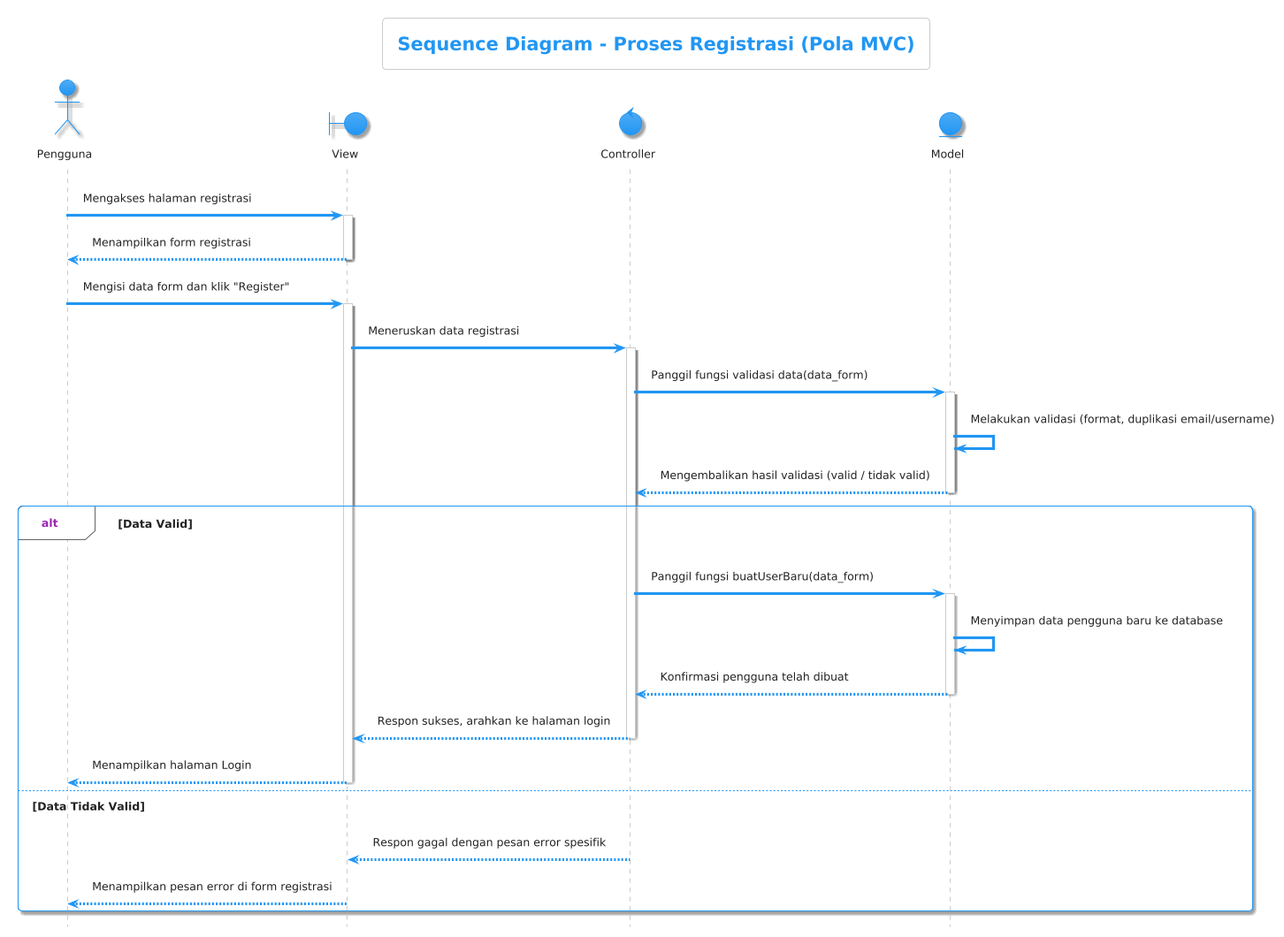
Above: sequence/LOGIN/Register/seq register.png in Mrmgnt/diagram-kp (PlantUML), before the change. Its diagram source:
```plantuml
@startuml
!theme materia

title Sequence Diagram - Proses Registrasi (Pola MVC)
hide footbox

actor Pengguna
boundary "View" as View
control "Controller" as Controller
entity "Model" as Model

Pengguna -> View: Mengakses halaman registrasi
activate View
View --> Pengguna: Menampilkan form registrasi
deactivate View

Pengguna -> View: Mengisi data form dan klik "Register"
activate View

View -> Controller: Meneruskan data registrasi
activate Controller

Controller -> Model: Panggil fungsi validasi data(data_form)
activate Model
Model -> Model: Melakukan validasi (format, duplikasi email/username)
Model --> Controller: Mengembalikan hasil validasi (valid / tidak valid)
deactivate Model

alt Data Valid
    Controller -> Model: Panggil fungsi buatUserBaru(data_form)
    activate Model
    Model -> Model: Menyimpan data pengguna baru ke database
    Model --> Controller: Konfirmasi pengguna telah dibuat
    deactivate Model

    Controller --> View: Respon sukses, arahkan ke halaman login
    deactivate Controller

    View --> Pengguna: Menampilkan halaman Login
    deactivate View
else Data Tidak Valid
    Controller --> View: Respon gagal dengan pesan error spesifik
    deactivate Controller

    View --> Pengguna: Menampilkan pesan error di form registrasi
    deactivate View
end
@enduml
```
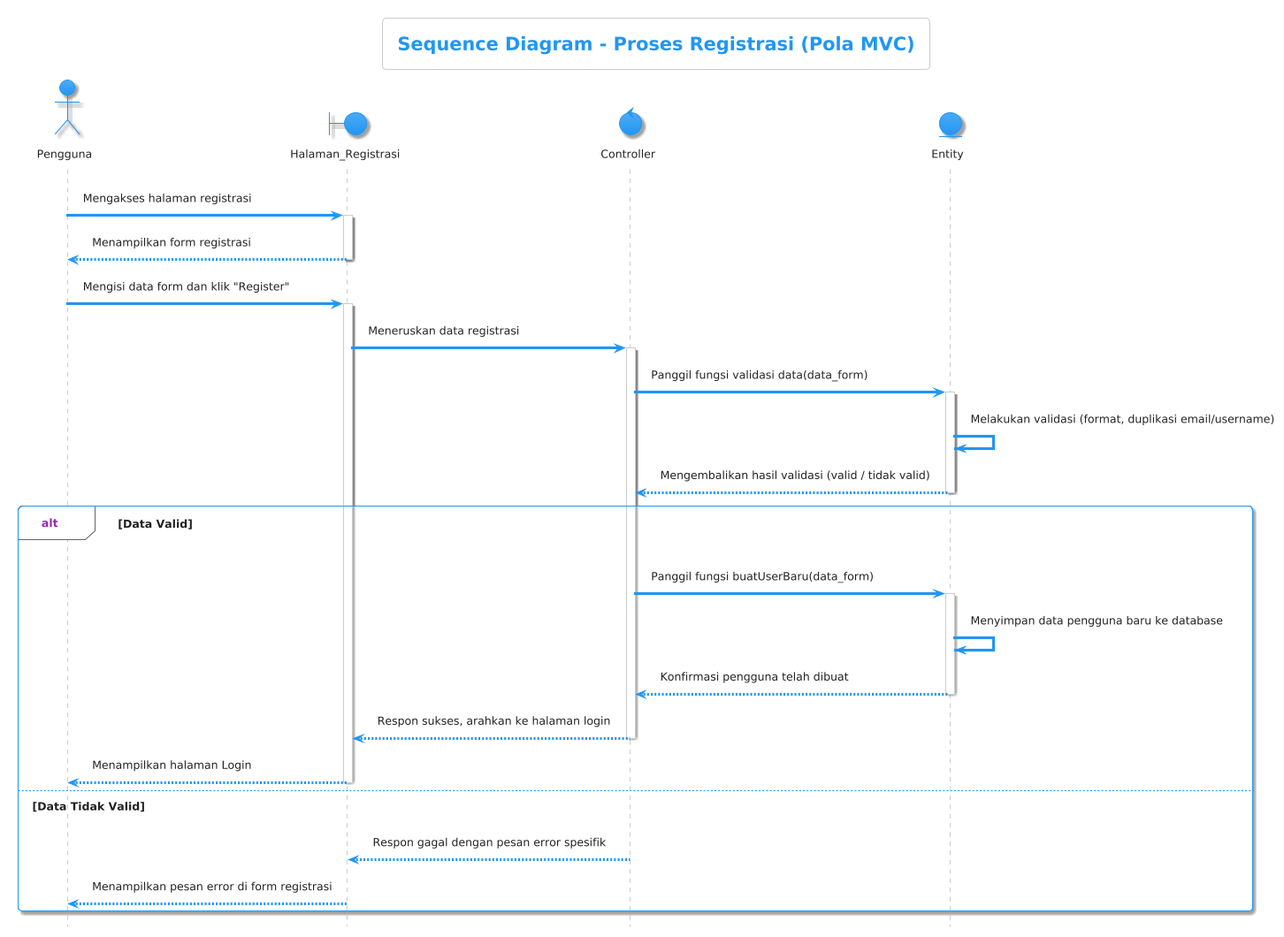
After the commit.

The edit, as a diff of the source:
```diff
@@ -5,44 +5,44 @@
 hide footbox
 
 actor Pengguna
-boundary "View" as View
+boundary "Halaman_Registrasi" as Halaman_Registrasi
 control "Controller" as Controller
-entity "Model" as Model
+entity "Entity" as Entity
 
-Pengguna -> View: Mengakses halaman registrasi
-activate View
-View --> Pengguna: Menampilkan form registrasi
-deactivate View
+Pengguna -> Halaman_Registrasi: Mengakses halaman registrasi
+activate Halaman_Registrasi
+Halaman_Registrasi --> Pengguna: Menampilkan form registrasi
+deactivate Halaman_Registrasi
 
-Pengguna -> View: Mengisi data form dan klik "Register"
-activate View
+Pengguna -> Halaman_Registrasi: Mengisi data form dan klik "Register"
+activate Halaman_Registrasi
 
-View -> Controller: Meneruskan data registrasi
+Halaman_Registrasi -> Controller: Meneruskan data registrasi
 activate Controller
 
-Controller -> Model: Panggil fungsi validasi data(data_form)
-activate Model
-Model -> Model: Melakukan validasi (format, duplikasi email/username)
-Model --> Controller: Mengembalikan hasil validasi (valid / tidak valid)
-deactivate Model
+Controller -> Entity: Panggil fungsi validasi data(data_form)
+activate Entity
+Entity -> Entity: Melakukan validasi (format, duplikasi email/username)
+Entity --> Controller: Mengembalikan hasil validasi (valid / tidak valid)
+deactivate Entity
 
 alt Data Valid
-    Controller -> Model: Panggil fungsi buatUserBaru(data_form)
-    activate Model
-    Model -> Model: Menyimpan data pengguna baru ke database
-    Model --> Controller: Konfirmasi pengguna telah dibuat
-    deactivate Model
+    Controller -> Entity: Panggil fungsi buatUserBaru(data_form)
+    activate Entity
+    Entity -> Entity: Menyimpan data pengguna baru ke database
+    Entity --> Controller: Konfirmasi pengguna telah dibuat
+    deactivate Entity
 
-    Controller --> View: Respon sukses, arahkan ke halaman login
+    Controller --> Halaman_Registrasi: Respon sukses, arahkan ke halaman login
     deactivate Controller
 
-    View --> Pengguna: Menampilkan halaman Login
-    deactivate View
+    Halaman_Registrasi --> Pengguna: Menampilkan halaman Login
+    deactivate Halaman_Registrasi
 else Data Tidak Valid
-    Controller --> View: Respon gagal dengan pesan error spesifik
+    Controller --> Halaman_Registrasi: Respon gagal dengan pesan error spesifik
     deactivate Controller
 
-    View --> Pengguna: Menampilkan pesan error di form registrasi
-    deactivate View
+    Halaman_Registrasi --> Pengguna: Menampilkan pesan error di form registrasi
+    deactivate Halaman_Registrasi
 end
 @enduml
```
